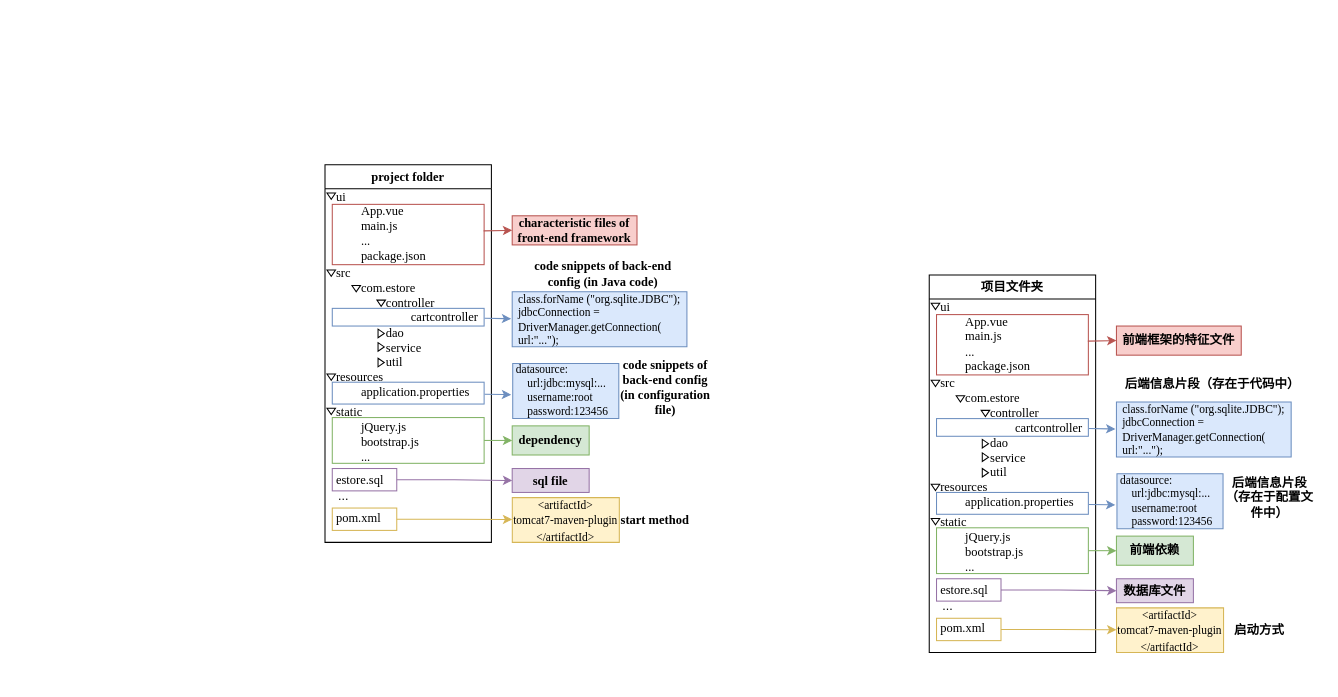
PAL4JavaWeb/homework keeps this draw.io diagram as method.drawio. Above is the earlier version. Source tidied: cells renumbered, new cells numbered last; positions are measured from the earlier drawing's top-left corner, leaving out a move shared by most shapes. Both pictures are drawn from the tidied source at 104%, with x=0, y=0 at pixel (324, 164).
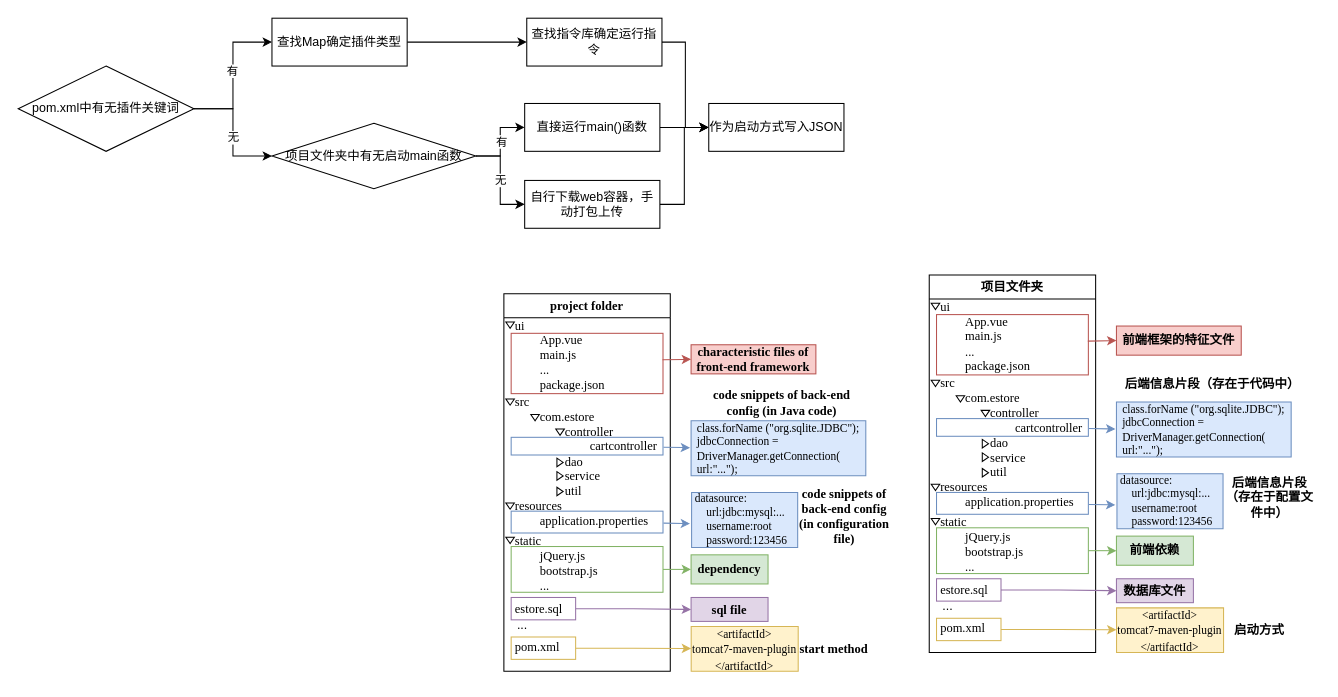
The same page after the edit.

Unchanged cells that the change refers to:
```xml
<mxCell id="14" style="rounded=0;whiteSpace=wrap;html=1;fillColor=none;fontFamily=Times New Roman;strokeColor=#d6b656;" parent="13" vertex="1">
  <mxGeometry y="5" width="62" height="21.5" as="geometry" />
</mxCell>
```

Change to the diagram source:
```diff
@@
     <mxCell id="2" value="project folder" style="swimlane;whiteSpace=wrap;html=1;fontFamily=Times New Roman;" parent="1" vertex="1">
-      <mxGeometry width="160" height="363" as="geometry" />
+      <mxGeometry x="172" y="124" width="160" height="363" as="geometry" />
     </mxCell>
@@
     <mxCell id="17" style="verticalLabelPosition=bottom;verticalAlign=top;html=1;shape=mxgraph.basic.acute_triangle;dx=0.5;rotation=-180;fontFamily=Times New Roman;" parent="1" vertex="1">
-      <mxGeometry x="1.9" y="27.1" width="8.2" height="6" as="geometry" />
+      <mxGeometry x="173.9" y="151.1" width="8.2" height="6" as="geometry" />
     </mxCell>
     <mxCell id="18" style="verticalLabelPosition=bottom;verticalAlign=top;html=1;shape=mxgraph.basic.acute_triangle;dx=0.5;rotation=-180;fontFamily=Times New Roman;" parent="1" vertex="1">
-      <mxGeometry x="1.9" y="101.1" width="8.2" height="6" as="geometry" />
+      <mxGeometry x="173.9" y="225.1" width="8.2" height="6" as="geometry" />
     </mxCell>
     <mxCell id="19" style="verticalLabelPosition=bottom;verticalAlign=top;html=1;shape=mxgraph.basic.acute_triangle;dx=0.5;rotation=-180;fontFamily=Times New Roman;" parent="1" vertex="1">
-      <mxGeometry x="25.9" y="116.1" width="8.2" height="6" as="geometry" />
+      <mxGeometry x="197.9" y="240.1" width="8.2" height="6" as="geometry" />
     </mxCell>
     <mxCell id="20" style="verticalLabelPosition=bottom;verticalAlign=top;html=1;shape=mxgraph.basic.acute_triangle;dx=0.5;rotation=-180;fontFamily=Times New Roman;" parent="1" vertex="1">
-      <mxGeometry x="49.9" y="130.1" width="8.2" height="6" as="geometry" />
+      <mxGeometry x="221.9" y="254.1" width="8.2" height="6" as="geometry" />
     </mxCell>
     <mxCell id="21" style="verticalLabelPosition=bottom;verticalAlign=top;html=1;shape=mxgraph.basic.acute_triangle;dx=0.5;rotation=90;fontFamily=Times New Roman;" parent="1" vertex="1">
-      <mxGeometry x="49.9" y="159.1" width="8.2" height="6" as="geometry" />
+      <mxGeometry x="221.9" y="283.1" width="8.2" height="6" as="geometry" />
     </mxCell>
     <mxCell id="22" style="verticalLabelPosition=bottom;verticalAlign=top;html=1;shape=mxgraph.basic.acute_triangle;dx=0.5;rotation=90;fontFamily=Times New Roman;" parent="1" vertex="1">
-      <mxGeometry x="49.9" y="172.1" width="8.2" height="6" as="geometry" />
+      <mxGeometry x="221.9" y="296.1" width="8.2" height="6" as="geometry" />
     </mxCell>
     <mxCell id="23" style="verticalLabelPosition=bottom;verticalAlign=top;html=1;shape=mxgraph.basic.acute_triangle;dx=0.5;rotation=90;fontFamily=Times New Roman;" parent="1" vertex="1">
-      <mxGeometry x="49.9" y="187.1" width="8.2" height="6" as="geometry" />
+      <mxGeometry x="221.9" y="311.1" width="8.2" height="6" as="geometry" />
     </mxCell>
     <mxCell id="24" style="verticalLabelPosition=bottom;verticalAlign=top;html=1;shape=mxgraph.basic.acute_triangle;dx=0.5;rotation=-180;fontFamily=Times New Roman;" parent="1" vertex="1">
-      <mxGeometry x="1.9" y="201.1" width="8.2" height="6" as="geometry" />
+      <mxGeometry x="173.9" y="325.1" width="8.2" height="6" as="geometry" />
     </mxCell>
     <mxCell id="25" style="verticalLabelPosition=bottom;verticalAlign=top;html=1;shape=mxgraph.basic.acute_triangle;dx=0.5;rotation=-180;fontFamily=Times New Roman;" parent="1" vertex="1">
-      <mxGeometry x="1.9" y="234.1" width="8.2" height="6" as="geometry" />
+      <mxGeometry x="173.9" y="358.1" width="8.2" height="6" as="geometry" />
     </mxCell>
     <mxCell id="26" style="edgeStyle=orthogonalEdgeStyle;rounded=0;jettySize=auto;html=1;exitX=1;exitY=0.5;exitDx=0;exitDy=0;fontFamily=Times New Roman;fillColor=#fff2cc;strokeColor=#d6b656;" parent="1" edge="1" source="14">
       <mxGeometry relative="1" as="geometry">
-        <mxPoint x="180" y="341" as="targetPoint" />
+        <mxPoint x="352" y="465" as="targetPoint" />
       </mxGeometry>
     </mxCell>
     <mxCell id="27" value="dependency" style="text;html=1;align=center;verticalAlign=middle;whiteSpace=wrap;rounded=0;fontFamily=Times New Roman;fillColor=#d5e8d4;strokeColor=#82b366;fontStyle=1;" parent="1" vertex="1">
-      <mxGeometry x="180" y="251" width="74" height="28" as="geometry" />
+      <mxGeometry x="352" y="375" width="74" height="28" as="geometry" />
     </mxCell>
     <mxCell id="28" value="sql file" style="text;html=1;align=center;verticalAlign=middle;whiteSpace=wrap;rounded=0;fontFamily=Times New Roman;fillColor=#e1d5e7;strokeColor=#9673a6;fontStyle=1;" parent="1" vertex="1">
-      <mxGeometry x="180" y="292" width="74" height="23" as="geometry" />
+      <mxGeometry x="352" y="416" width="74" height="23" as="geometry" />
     </mxCell>
@@
     <mxCell id="31" value="start method" style="text;html=1;align=center;verticalAlign=middle;whiteSpace=wrap;rounded=0;fontFamily=Times New Roman;fontStyle=1;" parent="1" vertex="1">
-      <mxGeometry x="280" y="331.5" width="75" height="20" as="geometry" />
+      <mxGeometry x="452" y="455.5" width="75" height="20" as="geometry" />
     </mxCell>
     <mxCell id="32" value="code snippets of back-end config (in Java code)" style="text;html=1;align=center;verticalAlign=middle;whiteSpace=wrap;rounded=0;fontFamily=Times New Roman;fontStyle=1;" parent="1" vertex="1">
-      <mxGeometry x="185.5" y="102.4" width="162.5" height="4.7" as="geometry" />
+      <mxGeometry x="357.5" y="226.4" width="162.5" height="4.7" as="geometry" />
     </mxCell>
     <mxCell id="33" style="group;" parent="1" vertex="1">
-      <mxGeometry x="180" y="122" width="168" height="53" as="geometry" />
+      <mxGeometry x="352" y="246" width="168" height="53" as="geometry" />
     </mxCell>
@@
     <mxCell id="36" value="characteristic files of front-end framework" style="text;html=1;align=center;verticalAlign=middle;whiteSpace=wrap;rounded=0;fontFamily=Times New Roman;fillColor=#f8cecc;strokeColor=#b85450;fontStyle=1;" parent="1" vertex="1">
-      <mxGeometry x="180" y="49" width="120" height="28" as="geometry" />
+      <mxGeometry x="352" y="173" width="120" height="28" as="geometry" />
     </mxCell>
     <mxCell id="37" style="endArrow=classic;html=1;rounded=0;fontFamily=Times New Roman;fillColor=#f8cecc;strokeColor=#b85450;entryX=0;entryY=0.5;entryDx=0;entryDy=0;" parent="1" edge="1" target="36">
       <mxGeometry relative="1" as="geometry">
-        <mxPoint x="152.5" y="63.5" as="sourcePoint" />
+        <mxPoint x="324.5" y="187.5" as="sourcePoint" />
       </mxGeometry>
     </mxCell>
     <mxCell id="38" style="group;" parent="1" vertex="1">
-      <mxGeometry x="173" y="320" width="117" height="43" as="geometry" />
+      <mxGeometry x="345" y="444" width="117" height="43" as="geometry" />
     </mxCell>
@@
     <mxCell id="41" style="endArrow=classic;html=1;rounded=0;fontFamily=Times New Roman;fillColor=#dae8fc;strokeColor=#6c8ebf;" parent="1" edge="1">
       <mxGeometry relative="1" as="geometry">
-        <mxPoint x="153.5" y="220.5" as="sourcePoint" />
-        <mxPoint x="179" y="221" as="targetPoint" />
+        <mxPoint x="325.5" y="344.5" as="sourcePoint" />
+        <mxPoint x="351" y="345" as="targetPoint" />
       </mxGeometry>
     </mxCell>
     <mxCell id="42" style="endArrow=classic;html=1;rounded=0;fontFamily=Times New Roman;fillColor=#dae8fc;strokeColor=#6c8ebf;" parent="1" edge="1">
       <mxGeometry relative="1" as="geometry">
-        <mxPoint x="153.5" y="147.5" as="sourcePoint" />
-        <mxPoint x="179" y="148" as="targetPoint" />
+        <mxPoint x="325.5" y="271.5" as="sourcePoint" />
+        <mxPoint x="351" y="272" as="targetPoint" />
       </mxGeometry>
     </mxCell>
     <mxCell id="43" style="verticalLabelPosition=bottom;verticalAlign=top;html=1;shape=mxgraph.basic.rect;fillColor2=none;strokeWidth=1;size=20;indent=5;fontFamily=Times New Roman;fillColor=#dae8fc;strokeColor=#6c8ebf;" parent="1" vertex="1">
-      <mxGeometry x="180.5" y="191" width="102" height="53" as="geometry" />
+      <mxGeometry x="352.5" y="315" width="102" height="53" as="geometry" />
     </mxCell>
     <mxCell id="44" value="&lt;div style=&quot;font-size: 11px;&quot;&gt;&lt;font style=&quot;font-size: 11px;&quot;&gt;&amp;nbsp; &amp;nbsp; datasource:&lt;/font&gt;&lt;/div&gt;&lt;div style=&quot;font-size: 11px;&quot;&gt;&lt;font style=&quot;font-size: 11px;&quot;&gt;&amp;nbsp; &amp;nbsp; &amp;nbsp; &amp;nbsp; url:jdbc:mysql:...&lt;/font&gt;&lt;/div&gt;&lt;div style=&quot;font-size: 11px;&quot;&gt;&lt;font style=&quot;font-size: 11px;&quot;&gt;&amp;nbsp; &amp;nbsp; &amp;nbsp; &amp;nbsp; username:root&lt;/font&gt;&lt;/div&gt;&lt;div style=&quot;font-size: 11px;&quot;&gt;&lt;font style=&quot;font-size: 11px;&quot;&gt;&amp;nbsp; &amp;nbsp; &amp;nbsp; &amp;nbsp; password:123456&lt;/font&gt;&lt;/div&gt;" style="text;html=1;align=left;verticalAlign=middle;whiteSpace=wrap;rounded=0;fontFamily=Times New Roman;" parent="1" vertex="1">
-      <mxGeometry x="171" y="176" width="105.5" height="82" as="geometry" />
+      <mxGeometry x="343" y="300" width="105.5" height="82" as="geometry" />
     </mxCell>
     <mxCell id="45" value="code snippets of back-end config (in configuration file)" style="text;html=1;align=center;verticalAlign=middle;whiteSpace=wrap;rounded=0;fontFamily=Times New Roman;fontStyle=1;" parent="1" vertex="1">
-      <mxGeometry x="279" y="207" width="97" height="14.2" as="geometry" />
+      <mxGeometry x="451" y="331" width="97" height="14.2" as="geometry" />
     </mxCell>
@@
+    <mxCell id="90" style="edgeStyle=orthogonalEdgeStyle;rounded=0;jettySize=auto;html=1;exitX=1;exitY=0.5;exitDx=0;exitDy=0;entryX=0;entryY=0.5;entryDx=0;entryDy=0;" parent="1" edge="1" source="94" target="96">
+      <mxGeometry relative="1" as="geometry" />
+    </mxCell>
+    <mxCell id="91" value="有" style="edgeLabel;html=1;align=center;verticalAlign=middle;" parent="90" vertex="1">
+      <mxGeometry x="0.06" y="2" relative="1" as="geometry">
+        <mxPoint x="1" as="offset" />
+      </mxGeometry>
+    </mxCell>
+    <mxCell id="92" style="edgeStyle=orthogonalEdgeStyle;rounded=0;jettySize=auto;html=1;exitX=1;exitY=0.5;exitDx=0;exitDy=0;entryX=0;entryY=0.5;entryDx=0;entryDy=0;" parent="1" edge="1" source="94" target="105">
+      <mxGeometry relative="1" as="geometry" />
+    </mxCell>
+    <mxCell id="93" value="无" style="edgeLabel;html=1;align=center;verticalAlign=middle;" parent="92" vertex="1">
+      <mxGeometry x="0.06" relative="1" as="geometry">
+        <mxPoint y="1" as="offset" />
+      </mxGeometry>
+    </mxCell>
+    <mxCell id="94" value="pom.xml中有无插件关键词" style="rhombus;whiteSpace=wrap;html=1;" parent="1" vertex="1">
+      <mxGeometry x="-295" y="-95" width="169" height="82" as="geometry" />
+    </mxCell>
+    <mxCell id="95" style="edgeStyle=orthogonalEdgeStyle;rounded=0;jettySize=auto;html=1;exitX=1;exitY=0.5;exitDx=0;exitDy=0;" parent="1" edge="1" source="96" target="98">
+      <mxGeometry relative="1" as="geometry" />
+    </mxCell>
+    <mxCell id="96" value="查找Map确定插件类型" style="rounded=0;whiteSpace=wrap;html=1;" parent="1" vertex="1">
+      <mxGeometry x="-51" y="-141" width="130" height="46" as="geometry" />
+    </mxCell>
+    <mxCell id="97" style="edgeStyle=orthogonalEdgeStyle;rounded=0;jettySize=auto;html=1;exitX=1;exitY=0.5;exitDx=0;exitDy=0;entryX=0;entryY=0.5;entryDx=0;entryDy=0;" parent="1" edge="1" source="98" target="108">
+      <mxGeometry relative="1" as="geometry" />
+    </mxCell>
+    <mxCell id="98" value="查找指令库确定运行指令" style="rounded=0;whiteSpace=wrap;html=1;" parent="1" vertex="1">
+      <mxGeometry x="194" y="-141" width="130" height="46" as="geometry" />
+    </mxCell>
+    <mxCell id="99" style="edgeStyle=orthogonalEdgeStyle;rounded=0;jettySize=auto;html=1;exitX=1;exitY=0.5;exitDx=0;exitDy=0;entryX=0;entryY=0.5;entryDx=0;entryDy=0;" parent="1" edge="1" source="100" target="108">
+      <mxGeometry relative="1" as="geometry" />
+    </mxCell>
+    <mxCell id="100" value="自行下载web容器，手动打包上传" style="rounded=0;whiteSpace=wrap;html=1;" parent="1" vertex="1">
+      <mxGeometry x="192" y="15" width="130" height="46" as="geometry" />
+    </mxCell>
+    <mxCell id="101" style="edgeStyle=orthogonalEdgeStyle;rounded=0;jettySize=auto;html=1;exitX=1;exitY=0.5;exitDx=0;exitDy=0;entryX=0;entryY=0.5;entryDx=0;entryDy=0;" parent="1" edge="1" source="105" target="107">
+      <mxGeometry relative="1" as="geometry" />
+    </mxCell>
+    <mxCell id="102" value="有" style="edgeLabel;html=1;align=center;verticalAlign=middle;" parent="101" vertex="1">
+      <mxGeometry x="0.02" relative="1" as="geometry">
+        <mxPoint x="1" as="offset" />
+      </mxGeometry>
+    </mxCell>
+    <mxCell id="103" style="edgeStyle=orthogonalEdgeStyle;rounded=0;jettySize=auto;html=1;exitX=1;exitY=0.5;exitDx=0;exitDy=0;entryX=0;entryY=0.5;entryDx=0;entryDy=0;" parent="1" edge="1" source="105" target="100">
+      <mxGeometry relative="1" as="geometry" />
+    </mxCell>
+    <mxCell id="104" value="无" style="edgeLabel;html=1;align=center;verticalAlign=middle;" parent="103" vertex="1">
+      <mxGeometry x="-0.02" relative="1" as="geometry" />
+    </mxCell>
+    <mxCell id="105" value="项目文件夹中有无启动main函数" style="rhombus;whiteSpace=wrap;html=1;" parent="1" vertex="1">
+      <mxGeometry x="-51" y="-40" width="196" height="63" as="geometry" />
+    </mxCell>
+    <mxCell id="106" style="edgeStyle=orthogonalEdgeStyle;rounded=0;jettySize=auto;html=1;exitX=1;exitY=0.5;exitDx=0;exitDy=0;entryX=0;entryY=0.5;entryDx=0;entryDy=0;" parent="1" edge="1" source="107" target="108">
+      <mxGeometry relative="1" as="geometry" />
+    </mxCell>
+    <mxCell id="107" value="直接运行main()函数" style="rounded=0;whiteSpace=wrap;html=1;" parent="1" vertex="1">
+      <mxGeometry x="192" y="-59" width="130" height="46" as="geometry" />
+    </mxCell>
+    <mxCell id="108" value="作为启动方式写入JSON" style="rounded=0;whiteSpace=wrap;html=1;" parent="1" vertex="1">
+      <mxGeometry x="369" y="-59" width="130" height="46" as="geometry" />
+    </mxCell>
```
